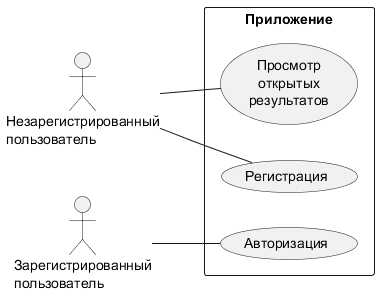
Earlier version of the PlantUML export Docs/outer.png (NadinMalish/SportCompetition).
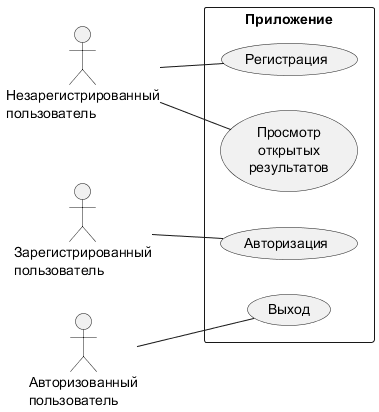
After the change.

The edit, as a diff of the source:
```diff
@@ -3,11 +3,13 @@
 
 actor anyUser as "Незарегистрированный\nпользователь"
 actor user as "Зарегистрированный\nпользователь"
+actor authUser as "Авторизованный\nпользователь"
 
 rectangle Приложение {
     (Регистрация) as reg
     (Авторизация) as auth
     (Просмотр\nоткрытых\nрезультатов) as lookOpen
+    (Выход) as exit
 }
 
 anyUser -- reg
@@ -15,4 +17,6 @@
 
 anyUser -- lookOpen
 
+authUser -- exit
+
 @enduml
```
